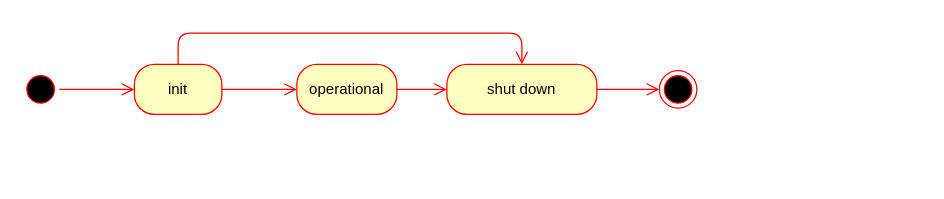
Earlier version of the draw.io diagram docs/lifecycle-simplified.drawio (basiliscos/cpp-rotor). Source tidied: cells renumbered, new cells numbered last; positions are measured from the earlier drawing's top-left corner, leaving out a move shared by most shapes. Both pictures are drawn from the tidied source at 125%, with x=0, y=0 at pixel (21, 32).
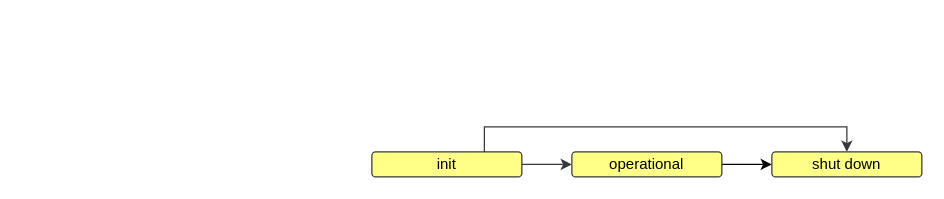
The same page after the edit.

What changed in the source:
```diff
@@
 <mxGraphModel>
   <root>
     <mxCell id="0" />
     <mxCell id="1" parent="0" />
-    <mxCell id="2" style="ellipse;html=1;shape=startState;fillColor=#000000;strokeColor=#ff0000;" parent="1" vertex="1">
-      <mxGeometry y="30" width="30" height="30" as="geometry" />
-    </mxCell>
-    <mxCell id="3" style="edgeStyle=orthogonalEdgeStyle;html=1;verticalAlign=bottom;endArrow=open;endSize=8;strokeColor=#ff0000;entryX=0;entryY=0.5;entryDx=0;entryDy=0;" parent="1" edge="1" source="2" target="5">
-      <mxGeometry relative="1" as="geometry" />
-    </mxCell>
-    <mxCell id="4" style="ellipse;html=1;shape=endState;fillColor=#000000;strokeColor=#ff0000;" parent="1" vertex="1">
-      <mxGeometry x="510" y="30" width="30" height="30" as="geometry" />
-    </mxCell>
+    <mxCell id="12" style="edgeStyle=orthogonalEdgeStyle;rounded=0;jettySize=auto;html=1;fillColor=#ffff88;strokeColor=#36393d;" parent="1" edge="1" source="5">
+      <mxGeometry relative="1" as="geometry">
+        <mxPoint x="440" y="105" as="targetPoint" />
+      </mxGeometry>
+    </mxCell>
-    <mxCell id="5" value="&lt;div&gt;init&lt;/div&gt;" style="rounded=1;whiteSpace=wrap;html=1;arcSize=40;fontColor=#000000;fillColor=#ffffc0;strokeColor=#ff0000;" parent="1" vertex="1">
-      <mxGeometry x="90" y="25" width="70" height="40" as="geometry" />
+    <mxCell id="5" value="init" style="rounded=1;whiteSpace=wrap;html=1;fillColor=#ffff88;strokeColor=#36393d;" parent="1" vertex="1">
+      <mxGeometry x="280" y="95" width="120" height="20" as="geometry" />
     </mxCell>
-    <mxCell id="6" style="edgeStyle=orthogonalEdgeStyle;html=1;verticalAlign=bottom;endArrow=open;endSize=8;strokeColor=#ff0000;entryX=0;entryY=0.5;entryDx=0;entryDy=0;" parent="1" edge="1" source="5" target="7">
-      <mxGeometry relative="1" as="geometry" />
-    </mxCell>
+    <mxCell id="8" style="edgeStyle=orthogonalEdgeStyle;rounded=0;jettySize=auto;html=1;" parent="1" edge="1" source="7" target="9">
+      <mxGeometry relative="1" as="geometry" />
+    </mxCell>
-    <mxCell id="7" value="operational" style="rounded=1;whiteSpace=wrap;html=1;arcSize=40;fontColor=#000000;fillColor=#ffffc0;strokeColor=#ff0000;" parent="1" vertex="1">
-      <mxGeometry x="220" y="25" width="80" height="40" as="geometry" />
+    <mxCell id="7" value="operational" style="rounded=1;whiteSpace=wrap;html=1;fillColor=#ffff88;strokeColor=#36393d;" parent="1" vertex="1">
+      <mxGeometry x="440" y="95" width="120" height="20" as="geometry" />
     </mxCell>
-    <mxCell id="8" style="edgeStyle=orthogonalEdgeStyle;html=1;verticalAlign=bottom;endArrow=open;endSize=8;strokeColor=#ff0000;entryX=0;entryY=0.5;entryDx=0;entryDy=0;" parent="1" edge="1" source="7" target="9">
-      <mxGeometry relative="1" as="geometry" />
-    </mxCell>
-    <mxCell id="9" value="&lt;div&gt;shut down&lt;/div&gt;" style="rounded=1;whiteSpace=wrap;html=1;arcSize=40;fontColor=#000000;fillColor=#ffffc0;strokeColor=#ff0000;" parent="1" vertex="1">
-      <mxGeometry x="340" y="25" width="120" height="40" as="geometry" />
+    <mxCell id="9" value="shut down" style="rounded=1;whiteSpace=wrap;html=1;fillColor=#ffff88;strokeColor=#36393d;" parent="1" vertex="1">
+      <mxGeometry x="600" y="95" width="120" height="20" as="geometry" />
     </mxCell>
-    <mxCell id="10" style="edgeStyle=orthogonalEdgeStyle;html=1;verticalAlign=bottom;endArrow=open;endSize=8;strokeColor=#ff0000;entryX=0;entryY=0.5;entryDx=0;entryDy=0;" parent="1" edge="1" source="9" target="4">
-      <mxGeometry relative="1" as="geometry" />
-    </mxCell>
-    <mxCell id="11" style="edgeStyle=orthogonalEdgeStyle;html=1;verticalAlign=bottom;endArrow=open;endSize=8;strokeColor=#ff0000;entryX=0.5;entryY=0;entryDx=0;entryDy=0;exitX=0.5;exitY=0;exitDx=0;exitDy=0;" parent="1" edge="1" source="5" target="9">
-      <mxGeometry relative="1" as="geometry">
-        <Array as="points">
-          <mxPoint x="125" />
-          <mxPoint x="400" />
-        </Array>
-      </mxGeometry>
+    <mxCell id="11" style="edgeStyle=orthogonalEdgeStyle;rounded=0;jettySize=auto;html=1;fillColor=#ffff88;strokeColor=#36393d;entryX=0.5;entryY=0;entryDx=0;entryDy=0;exitX=0.75;exitY=0;exitDx=0;exitDy=0;" parent="1" edge="1" source="5" target="9">
+      <mxGeometry relative="1" as="geometry" />
     </mxCell>
   </root>
 </mxGraphModel>
```
